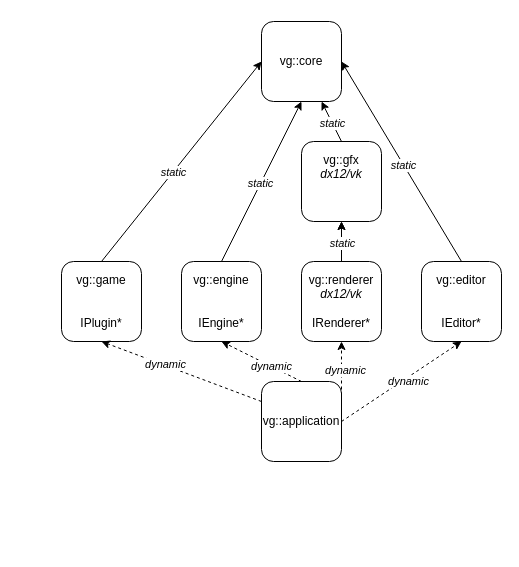
Above: doc/modules.drawio in vimontgames/vgframework (draw.io), before the change. Source tidied: cells renumbered, new cells numbered last; positions are measured from the earlier drawing's top-left corner, leaving out a move shared by most shapes. Both pictures are drawn from the tidied source at 100%, with x=0, y=0 at pixel (61, 21).
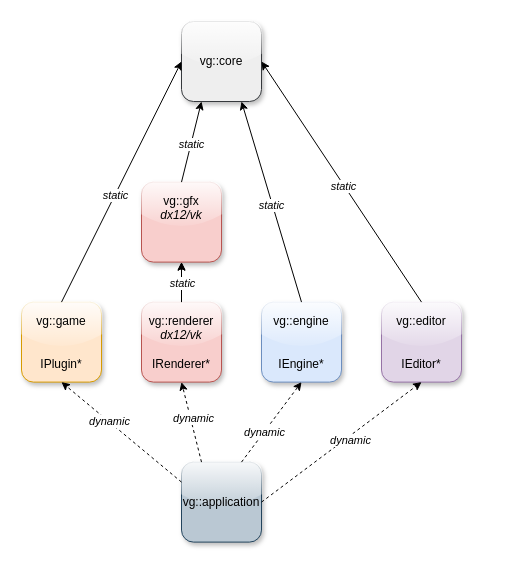
Above is the later version.

What changed in the source:
```diff
@@
-    <mxCell id="2" value="vg::core" style="rounded=1;whiteSpace=wrap;html=1;" parent="1" vertex="1">
-      <mxGeometry x="200" width="80" height="80" as="geometry" />
+    <mxCell id="2" value="vg::core" style="rounded=1;whiteSpace=wrap;html=1;fillColor=#eeeeee;strokeColor=#36393d;glass=1;shadow=1;" parent="1" vertex="1">
+      <mxGeometry x="120" width="80" height="80" as="geometry" />
     </mxCell>
-    <mxCell id="3" value="vg::engine&lt;br&gt;&lt;br&gt;&lt;br&gt;IEngine*" style="rounded=1;whiteSpace=wrap;html=1;" parent="1" vertex="1">
-      <mxGeometry x="120" y="240" width="80" height="80" as="geometry" />
+    <mxCell id="3" value="vg::engine&lt;br&gt;&lt;br&gt;&lt;br&gt;IEngine*" style="rounded=1;whiteSpace=wrap;html=1;fillColor=#dae8fc;strokeColor=#6c8ebf;glass=1;shadow=1;" parent="1" vertex="1">
+      <mxGeometry x="200" y="280.6" width="80" height="80" as="geometry" />
     </mxCell>
-    <mxCell id="4" value="vg::gfx&lt;br&gt;&lt;i&gt;dx12/vk&lt;br&gt;&lt;br&gt;&lt;br&gt;&lt;/i&gt;" style="rounded=1;whiteSpace=wrap;html=1;" parent="1" vertex="1">
-      <mxGeometry x="240" y="120" width="80" height="80" as="geometry" />
+    <mxCell id="4" value="vg::gfx&lt;br&gt;&lt;i&gt;dx12/vk&lt;br&gt;&lt;br&gt;&lt;br&gt;&lt;/i&gt;" style="rounded=1;whiteSpace=wrap;html=1;fillColor=#f8cecc;strokeColor=#b85450;glass=1;shadow=1;" parent="1" vertex="1">
+      <mxGeometry x="80" y="160.6" width="80" height="80" as="geometry" />
     </mxCell>
@@
-    <mxCell id="6" value="vg::renderer&lt;br&gt;&lt;i&gt;dx12/vk&lt;/i&gt;&lt;br&gt;&lt;br&gt;IRenderer*" style="rounded=1;whiteSpace=wrap;html=1;" parent="1" vertex="1">
-      <mxGeometry x="240" y="240" width="80" height="80" as="geometry" />
+    <mxCell id="6" value="vg::renderer&lt;br&gt;&lt;i&gt;dx12/vk&lt;/i&gt;&lt;br&gt;&lt;br&gt;IRenderer*" style="rounded=1;whiteSpace=wrap;html=1;fillColor=#f8cecc;strokeColor=#b85450;glass=1;shadow=1;" parent="1" vertex="1">
+      <mxGeometry x="80" y="280.6" width="80" height="80" as="geometry" />
     </mxCell>
-    <mxCell id="7" value="vg::game&lt;br&gt;&lt;br&gt;&lt;br&gt;IPlugin*" style="rounded=1;whiteSpace=wrap;html=1;" parent="1" vertex="1">
-      <mxGeometry y="240" width="80" height="80" as="geometry" />
+    <mxCell id="7" value="vg::game&lt;br&gt;&lt;br&gt;&lt;br&gt;IPlugin*" style="rounded=1;whiteSpace=wrap;html=1;fillColor=#ffe6cc;strokeColor=#d79b00;glass=1;shadow=1;" parent="1" vertex="1">
+      <mxGeometry x="-40" y="280.6" width="80" height="80" as="geometry" />
     </mxCell>
-    <mxCell id="8" style="endArrow=classic;html=1;rounded=0;entryX=0.75;entryY=1;entryDx=0;entryDy=0;exitX=0.5;exitY=0;exitDx=0;exitDy=0;" parent="1" edge="1" source="4" target="2">
+    <mxCell id="8" style="endArrow=classic;html=1;rounded=0;entryX=0.25;entryY=1;entryDx=0;entryDy=0;exitX=0.5;exitY=0;exitDx=0;exitDy=0;" parent="1" edge="1" source="4" target="2">
       <mxGeometry relative="1" as="geometry" />
     </mxCell>
@@
-    <mxCell id="10" style="endArrow=classic;html=1;rounded=0;entryX=0.5;entryY=1;entryDx=0;entryDy=0;exitX=0.5;exitY=0;exitDx=0;exitDy=0;" parent="1" edge="1" source="3" target="2">
+    <mxCell id="10" style="endArrow=classic;html=1;rounded=0;entryX=0.75;entryY=1;entryDx=0;entryDy=0;exitX=0.5;exitY=0;exitDx=0;exitDy=0;" parent="1" edge="1" source="3" target="2">
       <mxGeometry relative="1" as="geometry" />
     </mxCell>
@@
-    <mxCell id="16" value="vg::application" style="rounded=1;whiteSpace=wrap;html=1;" parent="1" vertex="1">
-      <mxGeometry x="200" y="360" width="80" height="80" as="geometry" />
+    <mxCell id="16" value="vg::application" style="rounded=1;whiteSpace=wrap;html=1;glass=1;shadow=1;fillColor=#bac8d3;strokeColor=#23445d;" parent="1" vertex="1">
+      <mxGeometry x="120" y="440.6" width="80" height="80" as="geometry" />
     </mxCell>
@@
-    <mxCell id="19" style="endArrow=classic;dashed=1;html=1;rounded=0;entryX=0.5;entryY=1;entryDx=0;entryDy=0;exitX=0.5;exitY=0;exitDx=0;exitDy=0;shadow=0;endFill=1;" parent="1" edge="1" source="16" target="3">
+    <mxCell id="19" style="endArrow=classic;dashed=1;html=1;rounded=0;entryX=0.5;entryY=1;entryDx=0;entryDy=0;exitX=0.75;exitY=0;exitDx=0;exitDy=0;shadow=0;endFill=1;" parent="1" edge="1" source="16" target="3">
       <mxGeometry relative="1" as="geometry" />
     </mxCell>
@@
-    <mxCell id="21" style="endArrow=classic;dashed=1;html=1;rounded=0;entryX=0.5;entryY=1;entryDx=0;entryDy=0;exitX=1;exitY=0.25;exitDx=0;exitDy=0;shadow=0;endFill=1;" parent="1" edge="1" source="16" target="6">
+    <mxCell id="21" style="endArrow=classic;dashed=1;html=1;rounded=0;entryX=0.5;entryY=1;entryDx=0;entryDy=0;exitX=0.25;exitY=0;exitDx=0;exitDy=0;shadow=0;endFill=1;" parent="1" edge="1" source="16" target="6">
       <mxGeometry relative="1" as="geometry" />
     </mxCell>
@@
-    <mxCell id="23" value="vg::editor&lt;br&gt;&lt;br&gt;&lt;br&gt;IEditor*" style="rounded=1;whiteSpace=wrap;html=1;" parent="1" vertex="1">
-      <mxGeometry x="360" y="240" width="80" height="80" as="geometry" />
+    <mxCell id="23" value="vg::editor&lt;br&gt;&lt;br&gt;&lt;br&gt;IEditor*" style="rounded=1;whiteSpace=wrap;html=1;fillColor=#e1d5e7;strokeColor=#9673a6;glass=1;shadow=1;" parent="1" vertex="1">
+      <mxGeometry x="320" y="280.6" width="80" height="80" as="geometry" />
     </mxCell>
```
